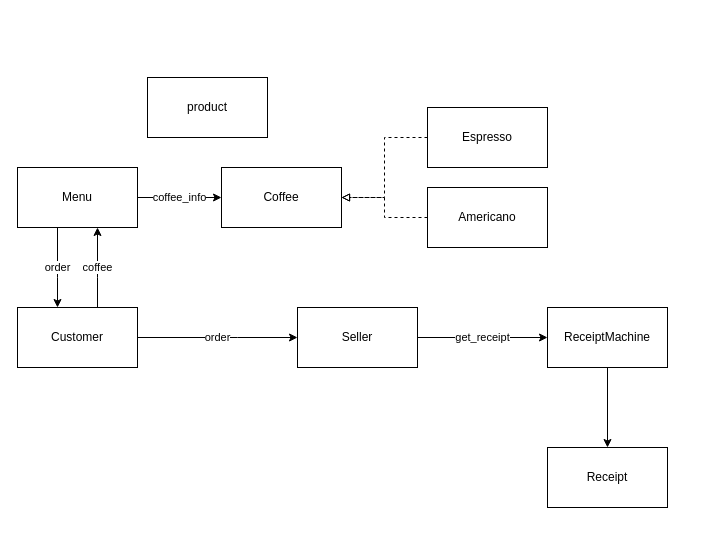
The draw.io diagram document.drawio in joowankim/cafe-order-system, before the edit. Source tidied: cells renumbered, new cells numbered last; positions are measured from the earlier drawing's top-left corner, leaving out a move shared by most shapes. Both pictures are drawn from the tidied source at 100%, with x=0, y=0 at pixel (17, 77).
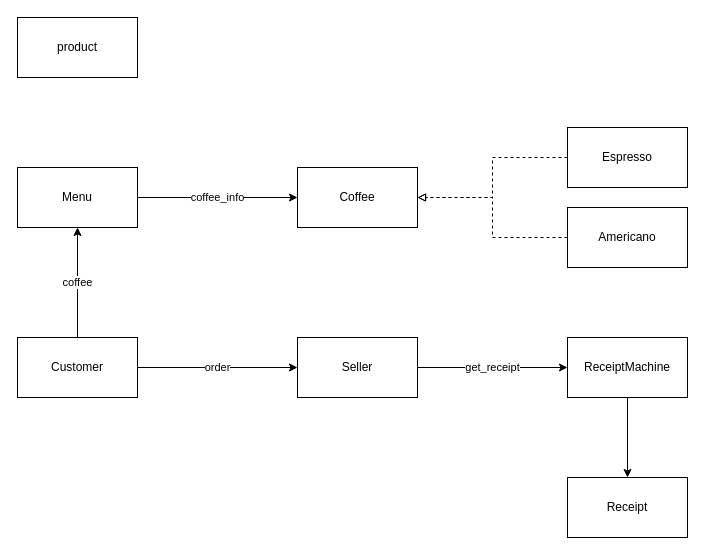
After the change.

The change refers to these unchanged cells:
```xml
<mxCell id="13" value="Menu" style="rounded=0;whiteSpace=wrap;html=1;" parent="1" vertex="1">
  <mxGeometry y="90" width="120" height="60" as="geometry" />
</mxCell>
```

Change to the diagram source:
```diff
@@
     <mxCell id="3" value="Seller" style="rounded=0;whiteSpace=wrap;html=1;" parent="1" vertex="1">
-      <mxGeometry x="280" y="230" width="120" height="60" as="geometry" />
+      <mxGeometry x="280" y="260" width="120" height="60" as="geometry" />
     </mxCell>
     <mxCell id="4" value="coffee" style="edgeStyle=orthogonalEdgeStyle;rounded=0;jettySize=auto;html=1;" parent="1" edge="1" source="6" target="13">
       <mxGeometry relative="1" as="geometry">
         <Array as="points">
-          <mxPoint x="80" y="200" />
-          <mxPoint x="80" y="200" />
+          <mxPoint x="60" y="200" />
+          <mxPoint x="60" y="200" />
         </Array>
       </mxGeometry>
     </mxCell>
     <mxCell id="5" value="order" style="edgeStyle=orthogonalEdgeStyle;rounded=0;jettySize=auto;html=1;" parent="1" edge="1" source="6" target="3">
-      <mxGeometry relative="1" as="geometry">
-        <Array as="points">
-          <mxPoint x="220" y="260" />
-          <mxPoint x="220" y="260" />
-        </Array>
-      </mxGeometry>
+      <mxGeometry relative="1" as="geometry" />
     </mxCell>
     <mxCell id="6" value="Customer" style="rounded=0;whiteSpace=wrap;html=1;" parent="1" vertex="1">
-      <mxGeometry y="230" width="120" height="60" as="geometry" />
+      <mxGeometry y="260" width="120" height="60" as="geometry" />
     </mxCell>
     <mxCell id="7" value="Coffee" style="rounded=0;whiteSpace=wrap;html=1;" parent="1" vertex="1">
-      <mxGeometry x="204" y="90" width="120" height="60" as="geometry" />
+      <mxGeometry x="280" y="90" width="120" height="60" as="geometry" />
     </mxCell>
@@
     <mxCell id="9" value="ReceiptMachine" style="rounded=0;whiteSpace=wrap;html=1;" parent="1" vertex="1">
-      <mxGeometry x="530" y="230" width="120" height="60" as="geometry" />
+      <mxGeometry x="550" y="260" width="120" height="60" as="geometry" />
     </mxCell>
     <mxCell id="10" value="Receipt" style="rounded=0;whiteSpace=wrap;html=1;" parent="1" vertex="1">
-      <mxGeometry x="530" y="370" width="120" height="60" as="geometry" />
+      <mxGeometry x="550" y="400" width="120" height="60" as="geometry" />
     </mxCell>
-    <mxCell id="11" value="order" style="edgeStyle=orthogonalEdgeStyle;rounded=0;jettySize=auto;html=1;" parent="1" edge="1" source="13" target="6">
-      <mxGeometry relative="1" as="geometry">
-        <Array as="points">
-          <mxPoint x="40" y="200" />
-          <mxPoint x="40" y="200" />
-        </Array>
-      </mxGeometry>
-    </mxCell>
@@
     <mxCell id="14" value="product" style="rounded=0;whiteSpace=wrap;html=1;" parent="1" vertex="1">
-      <mxGeometry x="130" width="120" height="60" as="geometry" />
+      <mxGeometry y="-60" width="120" height="60" as="geometry" />
     </mxCell>
@@
     <mxCell id="16" value="Espresso" style="rounded=0;whiteSpace=wrap;html=1;" parent="1" vertex="1">
-      <mxGeometry x="410" y="30" width="120" height="60" as="geometry" />
+      <mxGeometry x="550" y="50" width="120" height="60" as="geometry" />
     </mxCell>
@@
     <mxCell id="18" value="Americano" style="rounded=0;whiteSpace=wrap;html=1;" parent="1" vertex="1">
-      <mxGeometry x="410" y="110" width="120" height="60" as="geometry" />
+      <mxGeometry x="550" y="130" width="120" height="60" as="geometry" />
     </mxCell>
```
